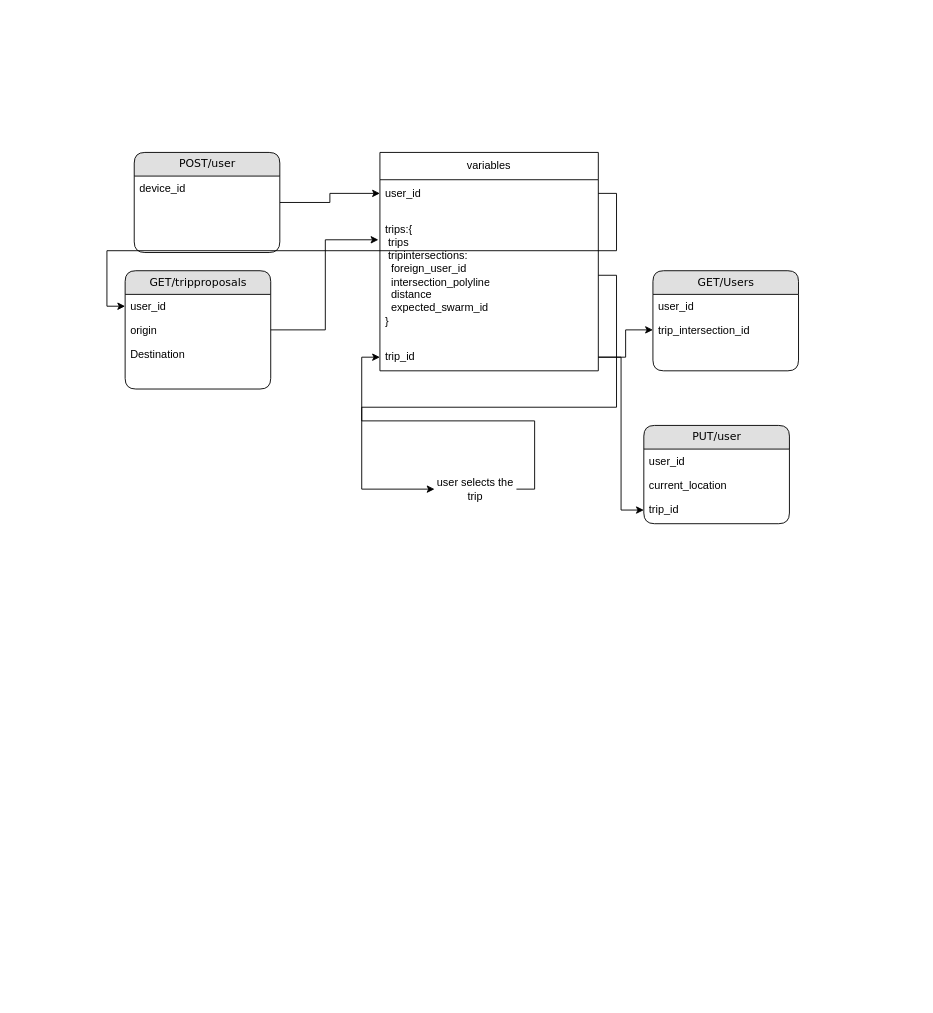
Above: page "Seite-2" (2 of 3) of Unbenanntes Diagramm.drawio in krutarth4/krutarth4 (draw.io), before the change. Source tidied: cells renumbered, new cells numbered last; positions are measured from the earlier drawing's top-left corner, leaving out a move shared by most shapes. Both pictures are drawn from the tidied source at 91%, with x=0, y=0 at pixel (125, 152).
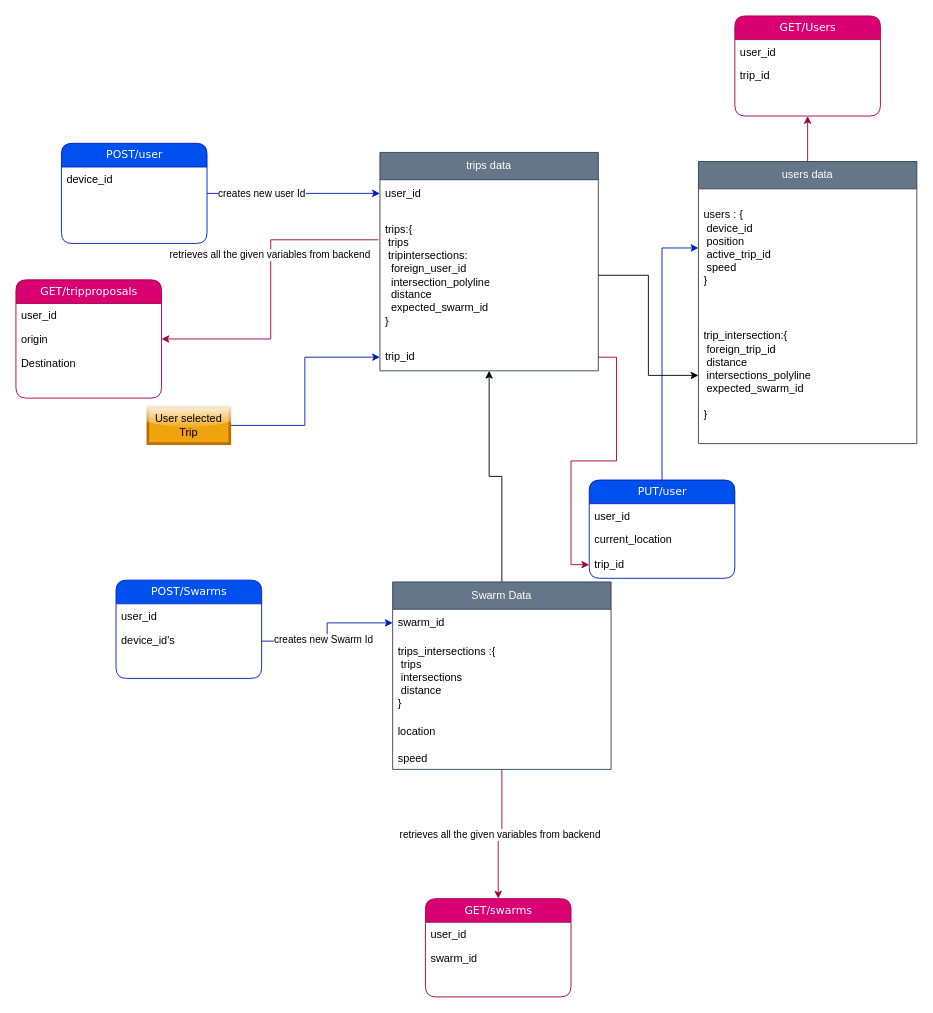
The same page after the edit.

The change refers to these unchanged cells:
```xml
<mxCell id="6" value="user_id" style="text;html=1;strokeColor=none;fillColor=none;spacingLeft=4;spacingRight=4;whiteSpace=wrap;overflow=hidden;points=[[0,0.5],[1,0.5]];portConstraint=eastwest;" parent="5" vertex="1">
  <mxGeometry y="26" width="160" height="26" as="geometry" />
</mxCell>
<mxCell id="7" value="origin" style="text;html=1;strokeColor=none;fillColor=none;spacingLeft=4;spacingRight=4;whiteSpace=wrap;overflow=hidden;points=[[0,0.5],[1,0.5]];portConstraint=eastwest;" parent="5" vertex="1">
  <mxGeometry y="52" width="160" height="26" as="geometry" />
</mxCell>
<mxCell id="12" value="trip_id" style="text;strokeColor=none;fillColor=none;align=left;verticalAlign=middle;spacingLeft=4;spacingRight=4;overflow=hidden;points=[[0,0.5],[1,0.5]];portConstraint=eastwest;whiteSpace=wrap;html=1;" parent="9" vertex="1">
  <mxGeometry y="78" width="160" height="30" as="geometry" />
</mxCell>
<mxCell id="17" value="user_id" style="text;strokeColor=none;fillColor=none;align=left;verticalAlign=middle;spacingLeft=4;spacingRight=4;overflow=hidden;points=[[0,0.5],[1,0.5]];portConstraint=eastwest;whiteSpace=wrap;html=1;" parent="16" vertex="1">
  <mxGeometry y="30" width="240" height="30" as="geometry" />
</mxCell>
<mxCell id="18" value="&lt;div&gt;trips:{&lt;/div&gt;&lt;div&gt;&lt;span style=&quot;white-space: pre;&quot;&gt; &lt;/span&gt;trips&lt;br&gt;&lt;/div&gt;&lt;div&gt;&lt;span style=&quot;white-space: pre;&quot;&gt; &lt;/span&gt;tripintersections:&lt;/div&gt;&lt;div&gt;&lt;span style=&quot;white-space: pre;&quot;&gt; &lt;/span&gt;&lt;span style=&quot;white-space: pre;&quot;&gt; &lt;/span&gt;foreign_user_id&lt;/div&gt;&lt;div&gt;&lt;span style=&quot;white-space: pre;&quot;&gt; &lt;/span&gt;&lt;span style=&quot;white-space: pre;&quot;&gt; intersection_polyline&lt;/span&gt;&lt;/div&gt;&lt;div&gt;&lt;span style=&quot;white-space: pre;&quot;&gt; &lt;/span&gt;&lt;span style=&quot;white-space: pre;&quot;&gt; &lt;/span&gt;distance&lt;/div&gt;&lt;div&gt;&lt;span style=&quot;white-space: pre;&quot;&gt; &lt;/span&gt;&lt;span style=&quot;white-space: pre;&quot;&gt; &lt;/span&gt;expected_swarm_id&lt;br&gt;&lt;/div&gt;&lt;div&gt;}&lt;/div&gt;" style="text;strokeColor=none;fillColor=none;align=left;verticalAlign=middle;spacingLeft=4;spacingRight=4;overflow=hidden;points=[[0,0.5],[1,0.5]];portConstraint=eastwest;whiteSpace=wrap;html=1;" parent="16" vertex="1">
  <mxGeometry y="60" width="240" height="150" as="geometry" />
</mxCell>
<mxCell id="19" value="trip_id" style="text;strokeColor=none;fillColor=none;align=left;verticalAlign=middle;spacingLeft=4;spacingRight=4;overflow=hidden;points=[[0,0.5],[1,0.5]];portConstraint=eastwest;whiteSpace=wrap;html=1;" parent="16" vertex="1">
  <mxGeometry y="210" width="240" height="30" as="geometry" />
</mxCell>
```

The edit, as a diff of the source:
```diff
@@
-    <mxCell id="2" style="edgeStyle=orthogonalEdgeStyle;rounded=0;jettySize=auto;html=1;entryX=0;entryY=0.5;entryDx=0;entryDy=0;" parent="1" edge="1" source="3" target="17">
+    <mxCell id="2" style="edgeStyle=orthogonalEdgeStyle;rounded=0;jettySize=auto;html=1;entryX=0;entryY=0.5;entryDx=0;entryDy=0;fillColor=#0050ef;strokeColor=#001DBC;" parent="1" edge="1" source="3" target="17">
       <mxGeometry relative="1" as="geometry" />
     </mxCell>
+    <mxCell id="27" value="creates new user Id" style="edgeLabel;html=1;align=center;verticalAlign=middle;" parent="2" vertex="1">
+      <mxGeometry x="-0.38" relative="1" as="geometry" />
+    </mxCell>
-    <mxCell id="3" value="POST/user" style="swimlane;html=1;fontStyle=0;horizontal=1;startSize=26;fillColor=#e0e0e0;swimlaneFillColor=#ffffff;align=center;rounded=1;shadow=0;comic=0;labelBackgroundColor=none;strokeWidth=1;fontFamily=Verdana;fontSize=12;" parent="1" vertex="1">
-      <mxGeometry x="10" width="160" height="110" as="geometry" />
+    <mxCell id="3" value="POST/user" style="swimlane;html=1;fontStyle=0;horizontal=1;startSize=26;fillColor=#0050ef;swimlaneFillColor=#ffffff;align=center;rounded=1;shadow=0;comic=0;labelBackgroundColor=none;strokeWidth=1;fontFamily=Verdana;fontSize=12;fontColor=#ffffff;strokeColor=#001DBC;" parent="1" vertex="1">
+      <mxGeometry x="-70" y="-10" width="160" height="110" as="geometry" />
     </mxCell>
@@
-    <mxCell id="5" value="GET/tripproposals" style="swimlane;html=1;fontStyle=0;horizontal=1;startSize=26;fillColor=#e0e0e0;swimlaneFillColor=#ffffff;align=center;rounded=1;shadow=0;comic=0;labelBackgroundColor=none;strokeWidth=1;fontFamily=Verdana;fontSize=12;" parent="1" vertex="1">
-      <mxGeometry y="130" width="160" height="130" as="geometry" />
+    <mxCell id="5" value="GET/tripproposals" style="swimlane;html=1;fontStyle=0;horizontal=1;startSize=26;fillColor=#d80073;swimlaneFillColor=#ffffff;align=center;rounded=1;shadow=0;comic=0;labelBackgroundColor=none;strokeWidth=1;fontFamily=Verdana;fontSize=12;fontColor=#ffffff;strokeColor=#A50040;" parent="1" vertex="1">
+      <mxGeometry x="-120" y="140" width="160" height="130" as="geometry" />
     </mxCell>
@@
+    <mxCell id="28" style="edgeStyle=orthogonalEdgeStyle;rounded=0;jettySize=auto;html=1;fillColor=#0050ef;strokeColor=#001DBC;" parent="1" edge="1" source="9" target="47">
+      <mxGeometry relative="1" as="geometry" />
+    </mxCell>
-    <mxCell id="9" value="PUT/user" style="swimlane;html=1;fontStyle=0;horizontal=1;startSize=26;fillColor=#e0e0e0;swimlaneFillColor=#ffffff;align=center;rounded=1;shadow=0;comic=0;labelBackgroundColor=none;strokeWidth=1;fontFamily=Verdana;fontSize=12;" parent="1" vertex="1">
-      <mxGeometry x="570" y="300" width="160" height="108" as="geometry" />
+    <mxCell id="9" value="PUT/user" style="swimlane;html=1;fontStyle=0;horizontal=1;startSize=26;fillColor=#0050ef;swimlaneFillColor=#ffffff;align=center;rounded=1;shadow=0;comic=0;labelBackgroundColor=none;strokeWidth=1;fontFamily=Verdana;fontSize=12;fontColor=#ffffff;strokeColor=#001DBC;" parent="1" vertex="1">
+      <mxGeometry x="510" y="360" width="160" height="108" as="geometry" />
     </mxCell>
@@
+    <mxCell id="29" style="edgeStyle=orthogonalEdgeStyle;rounded=0;jettySize=auto;html=1;exitX=0.5;exitY=0;exitDx=0;exitDy=0;entryX=0.5;entryY=1;entryDx=0;entryDy=0;fillColor=#d80073;strokeColor=#A50040;" parent="1" edge="1" source="46" target="13">
+      <mxGeometry relative="1" as="geometry" />
+    </mxCell>
-    <mxCell id="13" value="GET/Users" style="swimlane;html=1;fontStyle=0;horizontal=1;startSize=26;fillColor=#e0e0e0;swimlaneFillColor=#ffffff;align=center;rounded=1;shadow=0;comic=0;labelBackgroundColor=none;strokeWidth=1;fontFamily=Verdana;fontSize=12;" parent="1" vertex="1">
-      <mxGeometry x="580" y="130" width="160" height="110" as="geometry" />
+    <mxCell id="13" value="GET/Users" style="swimlane;html=1;fontStyle=0;horizontal=1;startSize=26;fillColor=#d80073;swimlaneFillColor=#ffffff;align=center;rounded=1;shadow=0;comic=0;labelBackgroundColor=none;strokeWidth=1;fontFamily=Verdana;fontSize=12;fontColor=#ffffff;strokeColor=#A50040;" parent="1" vertex="1">
+      <mxGeometry x="670" y="-150" width="160" height="110" as="geometry" />
     </mxCell>
@@
-    <mxCell id="15" value="trip_intersection_id" style="text;html=1;strokeColor=none;fillColor=none;spacingLeft=4;spacingRight=4;whiteSpace=wrap;overflow=hidden;points=[[0,0.5],[1,0.5]];portConstraint=eastwest;" parent="13" vertex="1">
+    <mxCell id="15" value="trip_id" style="text;html=1;strokeColor=none;fillColor=none;spacingLeft=4;spacingRight=4;whiteSpace=wrap;overflow=hidden;points=[[0,0.5],[1,0.5]];portConstraint=eastwest;" parent="13" vertex="1">
       <mxGeometry y="52" width="160" height="26" as="geometry" />
     </mxCell>
+    <mxCell id="30" style="edgeStyle=orthogonalEdgeStyle;rounded=0;jettySize=auto;html=1;strokeColor=#000000;fontColor=#FF3333;" parent="1" edge="1" source="39" target="16">
+      <mxGeometry relative="1" as="geometry" />
+    </mxCell>
-    <mxCell id="16" value="variables" style="swimlane;fontStyle=0;horizontal=1;startSize=30;whiteSpace=wrap;html=1;" parent="1" vertex="1">
+    <mxCell id="16" value="trips data" style="swimlane;fontStyle=0;horizontal=1;startSize=30;whiteSpace=wrap;html=1;fillColor=#647687;fontColor=#ffffff;strokeColor=#314354;" parent="1" vertex="1">
       <mxGeometry x="280" width="240" height="240" as="geometry" />
     </mxCell>
@@
-    <mxCell id="20" style="edgeStyle=orthogonalEdgeStyle;rounded=0;jettySize=auto;html=1;exitX=1;exitY=0.5;exitDx=0;exitDy=0;entryX=0;entryY=0.5;entryDx=0;entryDy=0;" parent="1" edge="1" source="17" target="6">
-      <mxGeometry relative="1" as="geometry" />
-    </mxCell>
-    <mxCell id="21" style="edgeStyle=orthogonalEdgeStyle;rounded=0;jettySize=auto;html=1;exitX=1;exitY=0.5;exitDx=0;exitDy=0;entryX=-0.007;entryY=0.24;entryDx=0;entryDy=0;entryPerimeter=0;" parent="1" edge="1" source="7" target="18">
-      <mxGeometry relative="1" as="geometry" />
-    </mxCell>
-    <mxCell id="22" style="edgeStyle=orthogonalEdgeStyle;rounded=0;jettySize=auto;html=1;exitX=1;exitY=0.5;exitDx=0;exitDy=0;entryX=0;entryY=0.5;entryDx=0;entryDy=0;" parent="1" edge="1" source="19" target="12">
+    <mxCell id="22" style="edgeStyle=orthogonalEdgeStyle;rounded=0;jettySize=auto;html=1;exitX=1;exitY=0.5;exitDx=0;exitDy=0;entryX=0;entryY=0.5;entryDx=0;entryDy=0;fillColor=#d80073;strokeColor=#A50040;" parent="1" edge="1" source="19" target="12">
       <mxGeometry relative="1" as="geometry" />
     </mxCell>
-    <mxCell id="23" style="edgeStyle=orthogonalEdgeStyle;rounded=0;jettySize=auto;html=1;exitX=1;exitY=0.5;exitDx=0;exitDy=0;entryX=0;entryY=0.5;entryDx=0;entryDy=0;" parent="1" edge="1" source="24" target="19">
+    <mxCell id="23" style="edgeStyle=orthogonalEdgeStyle;rounded=0;jettySize=auto;html=1;exitX=1;exitY=0.5;exitDx=0;exitDy=0;entryX=0;entryY=0.5;entryDx=0;entryDy=0;fillColor=#0050ef;strokeColor=#001DBC;" parent="1" edge="1" source="24" target="19">
       <mxGeometry relative="1" as="geometry" />
     </mxCell>
-    <mxCell id="24" value="user selects the trip " style="text;html=1;strokeColor=none;fillColor=none;align=center;verticalAlign=middle;whiteSpace=wrap;rounded=0;strokeWidth=3;glass=1;" parent="1" vertex="1">
-      <mxGeometry x="340" y="350" width="90" height="40" as="geometry" />
+    <mxCell id="24" value="&lt;div&gt;User selected Trip&lt;/div&gt;" style="text;html=1;strokeColor=#BD7000;fillColor=#f0a30a;align=center;verticalAlign=middle;whiteSpace=wrap;rounded=0;strokeWidth=3;glass=1;fontColor=#000000;" parent="1" vertex="1">
+      <mxGeometry x="25" y="280" width="90" height="40" as="geometry" />
     </mxCell>
-    <mxCell id="25" style="edgeStyle=orthogonalEdgeStyle;rounded=0;jettySize=auto;html=1;exitX=1;exitY=0.5;exitDx=0;exitDy=0;entryX=0;entryY=0.5;entryDx=0;entryDy=0;" parent="1" edge="1" source="18" target="24">
-      <mxGeometry relative="1" as="geometry" />
-    </mxCell>
-    <mxCell id="26" style="edgeStyle=orthogonalEdgeStyle;rounded=0;jettySize=auto;html=1;exitX=1;exitY=0.5;exitDx=0;exitDy=0;entryX=0;entryY=0.5;entryDx=0;entryDy=0;" parent="1" edge="1" source="19" target="15">
-      <mxGeometry relative="1" as="geometry" />
-    </mxCell>
+    <mxCell id="31" value="POST/Swarms" style="swimlane;html=1;fontStyle=0;horizontal=1;startSize=26;fillColor=#0050ef;swimlaneFillColor=#ffffff;align=center;rounded=1;shadow=0;comic=0;labelBackgroundColor=none;strokeWidth=1;fontFamily=Verdana;fontSize=12;fontColor=#ffffff;strokeColor=#001DBC;" parent="1" vertex="1">
+      <mxGeometry x="-10" y="470" width="160" height="108" as="geometry" />
+    </mxCell>
+    <mxCell id="32" value="user_id&lt;span style=&quot;white-space: pre;&quot;&gt; &lt;/span&gt;&lt;span style=&quot;white-space: pre;&quot;&gt; &lt;/span&gt;" style="text;html=1;strokeColor=none;fillColor=none;spacingLeft=4;spacingRight=4;whiteSpace=wrap;overflow=hidden;" parent="31" vertex="1">
+      <mxGeometry y="26" width="160" height="26" as="geometry" />
+    </mxCell>
+    <mxCell id="33" value="device_id's" style="text;strokeColor=none;fillColor=none;align=left;verticalAlign=middle;spacingLeft=4;spacingRight=4;overflow=hidden;points=[[0,0.5],[1,0.5]];portConstraint=eastwest;whiteSpace=wrap;html=1;" parent="31" vertex="1">
+      <mxGeometry y="52" width="160" height="30" as="geometry" />
+    </mxCell>
+    <mxCell id="34" style="edgeStyle=orthogonalEdgeStyle;rounded=0;jettySize=auto;html=1;exitX=0.5;exitY=1;exitDx=0;exitDy=0;entryX=0.5;entryY=0;entryDx=0;entryDy=0;fillColor=#d80073;strokeColor=#A50040;" parent="1" edge="1" source="39" target="36">
+      <mxGeometry relative="1" as="geometry" />
+    </mxCell>
+    <mxCell id="35" value="retrieves all the given variables from backend " style="edgeLabel;html=1;align=center;verticalAlign=middle;" parent="34" vertex="1">
+      <mxGeometry x="0.02" relative="1" as="geometry" />
+    </mxCell>
+    <mxCell id="36" value="GET/swarms" style="swimlane;html=1;fontStyle=0;horizontal=1;startSize=26;fillColor=#d80073;swimlaneFillColor=#ffffff;align=center;rounded=1;shadow=0;comic=0;labelBackgroundColor=none;strokeWidth=1;fontFamily=Verdana;fontSize=12;fontColor=#ffffff;strokeColor=#A50040;" parent="1" vertex="1">
+      <mxGeometry x="330" y="820" width="160" height="108" as="geometry" />
+    </mxCell>
+    <mxCell id="37" value="user_id" style="text;html=1;strokeColor=none;fillColor=none;spacingLeft=4;spacingRight=4;whiteSpace=wrap;overflow=hidden;" parent="36" vertex="1">
+      <mxGeometry y="26" width="160" height="26" as="geometry" />
+    </mxCell>
+    <mxCell id="38" value="swarm_id" style="text;html=1;strokeColor=none;fillColor=none;spacingLeft=4;spacingRight=4;whiteSpace=wrap;overflow=hidden;" parent="36" vertex="1">
+      <mxGeometry y="52" width="160" height="26" as="geometry" />
+    </mxCell>
+    <mxCell id="39" value="Swarm Data" style="swimlane;fontStyle=0;horizontal=1;startSize=30;whiteSpace=wrap;html=1;fillColor=#647687;fontColor=#ffffff;strokeColor=#314354;" parent="1" vertex="1">
+      <mxGeometry x="294" y="472" width="240" height="206" as="geometry" />
+    </mxCell>
+    <mxCell id="40" value="swarm_id" style="text;strokeColor=none;fillColor=none;align=left;verticalAlign=middle;spacingLeft=4;spacingRight=4;overflow=hidden;points=[[0,0.5],[1,0.5]];portConstraint=eastwest;whiteSpace=wrap;html=1;" parent="39" vertex="1">
+      <mxGeometry y="30" width="240" height="30" as="geometry" />
+    </mxCell>
+    <mxCell id="41" value="&lt;div&gt;trips_intersections :{&lt;/div&gt;&lt;div&gt;&lt;span style=&quot;white-space: pre;&quot;&gt; &lt;/span&gt;trips&lt;br&gt;&lt;/div&gt;&lt;div&gt;&lt;span style=&quot;white-space: pre;&quot;&gt; intersections&lt;/span&gt;&lt;/div&gt;&lt;div&gt;&lt;span style=&quot;white-space: pre;&quot;&gt; &lt;/span&gt;distance&lt;br&gt;&lt;/div&gt;&lt;div&gt;}&lt;br&gt;&lt;/div&gt;" style="text;strokeColor=none;fillColor=none;align=left;verticalAlign=middle;spacingLeft=4;spacingRight=4;overflow=hidden;whiteSpace=wrap;html=1;" parent="39" vertex="1">
+      <mxGeometry y="60" width="240" height="90" as="geometry" />
+    </mxCell>
+    <mxCell id="42" value="location" style="text;strokeColor=none;fillColor=none;align=left;verticalAlign=middle;spacingLeft=4;spacingRight=4;overflow=hidden;whiteSpace=wrap;html=1;" parent="39" vertex="1">
+      <mxGeometry y="150" width="240" height="30" as="geometry" />
+    </mxCell>
+    <mxCell id="43" value="speed" style="text;strokeColor=none;fillColor=none;align=left;verticalAlign=top;spacingLeft=4;spacingRight=4;overflow=hidden;whiteSpace=wrap;html=1;glass=1;strokeWidth=3;" parent="39" vertex="1">
+      <mxGeometry y="180" width="240" height="26" as="geometry" />
+    </mxCell>
+    <mxCell id="44" style="edgeStyle=orthogonalEdgeStyle;rounded=0;jettySize=auto;html=1;exitX=1;exitY=0.5;exitDx=0;exitDy=0;entryX=0;entryY=0.5;entryDx=0;entryDy=0;fillColor=#0050ef;strokeColor=#001DBC;" parent="1" edge="1" source="33" target="40">
+      <mxGeometry relative="1" as="geometry" />
+    </mxCell>
+    <mxCell id="45" value="creates new Swarm Id" style="edgeLabel;html=1;align=center;verticalAlign=middle;" parent="44" vertex="1">
+      <mxGeometry x="-0.18" y="2" relative="1" as="geometry" />
+    </mxCell>
+    <mxCell id="46" value="users data" style="swimlane;fontStyle=0;horizontal=1;startSize=30;whiteSpace=wrap;html=1;fillColor=#647687;fontColor=#ffffff;strokeColor=#314354;" parent="1" vertex="1">
+      <mxGeometry x="630" y="10" width="240" height="310" as="geometry" />
+    </mxCell>
+    <mxCell id="47" value="&lt;div&gt;users : {&lt;/div&gt;&lt;div&gt;&lt;span style=&quot;white-space: pre;&quot;&gt; &lt;/span&gt;device_id&lt;/div&gt;&lt;div&gt;&lt;span style=&quot;white-space: pre;&quot;&gt; &lt;/span&gt;position&lt;/div&gt;&lt;div&gt;&lt;span style=&quot;white-space: pre;&quot;&gt; &lt;/span&gt;active_trip_id&lt;br&gt;&lt;/div&gt;&lt;div&gt;&lt;span style=&quot;white-space: pre;&quot;&gt; &lt;/span&gt;speed&lt;br&gt;&lt;/div&gt;&lt;div&gt;}&lt;/div&gt;" style="text;strokeColor=none;fillColor=none;align=left;verticalAlign=middle;spacingLeft=4;spacingRight=4;overflow=hidden;points=[[0,0.5],[1,0.5]];portConstraint=eastwest;whiteSpace=wrap;html=1;" parent="46" vertex="1">
+      <mxGeometry y="30" width="240" height="130" as="geometry" />
+    </mxCell>
+    <mxCell id="48" value="&lt;div&gt;trip_intersection:{&lt;/div&gt;&lt;div&gt;&lt;span style=&quot;white-space: pre;&quot;&gt; &lt;/span&gt;foreign_trip_id&lt;/div&gt;&lt;div&gt;&lt;span style=&quot;white-space: pre;&quot;&gt; &lt;/span&gt;distance&lt;/div&gt;&lt;div&gt;&lt;span style=&quot;white-space: pre;&quot;&gt; &lt;/span&gt;intersections_polyline&lt;/div&gt;&lt;div&gt;&lt;span style=&quot;white-space: pre;&quot;&gt; &lt;/span&gt;expected_swarm_id&lt;br&gt;&lt;/div&gt;&lt;div&gt;&lt;br&gt;&lt;/div&gt;&lt;div&gt;}&lt;/div&gt;" style="text;strokeColor=none;fillColor=none;align=left;verticalAlign=middle;spacingLeft=4;spacingRight=4;overflow=hidden;points=[[0,0.5],[1,0.5]];portConstraint=eastwest;whiteSpace=wrap;html=1;" parent="46" vertex="1">
+      <mxGeometry y="160" width="240" height="150" as="geometry" />
+    </mxCell>
+    <mxCell id="49" style="edgeStyle=orthogonalEdgeStyle;rounded=0;jettySize=auto;html=1;exitX=1;exitY=0.5;exitDx=0;exitDy=0;entryX=0;entryY=0.5;entryDx=0;entryDy=0;fillColor=none;strokeColor=#000000;" parent="1" edge="1" source="18" target="48">
+      <mxGeometry relative="1" as="geometry" />
+    </mxCell>
+    <mxCell id="21" style="edgeStyle=orthogonalEdgeStyle;rounded=0;jettySize=auto;html=1;exitX=-0.007;exitY=0.24;exitDx=0;exitDy=0;entryX=1;entryY=0.5;entryDx=0;entryDy=0;exitPerimeter=0;fillColor=#d80073;strokeColor=#A50040;" parent="1" edge="1" source="18" target="7">
+      <mxGeometry relative="1" as="geometry" />
+    </mxCell>
+    <mxCell id="50" value="retrieves all the given variables from backend " style="edgeLabel;html=1;align=center;verticalAlign=middle;" parent="21" vertex="1">
+      <mxGeometry x="-0.22" y="-2" relative="1" as="geometry" />
+    </mxCell>
```
